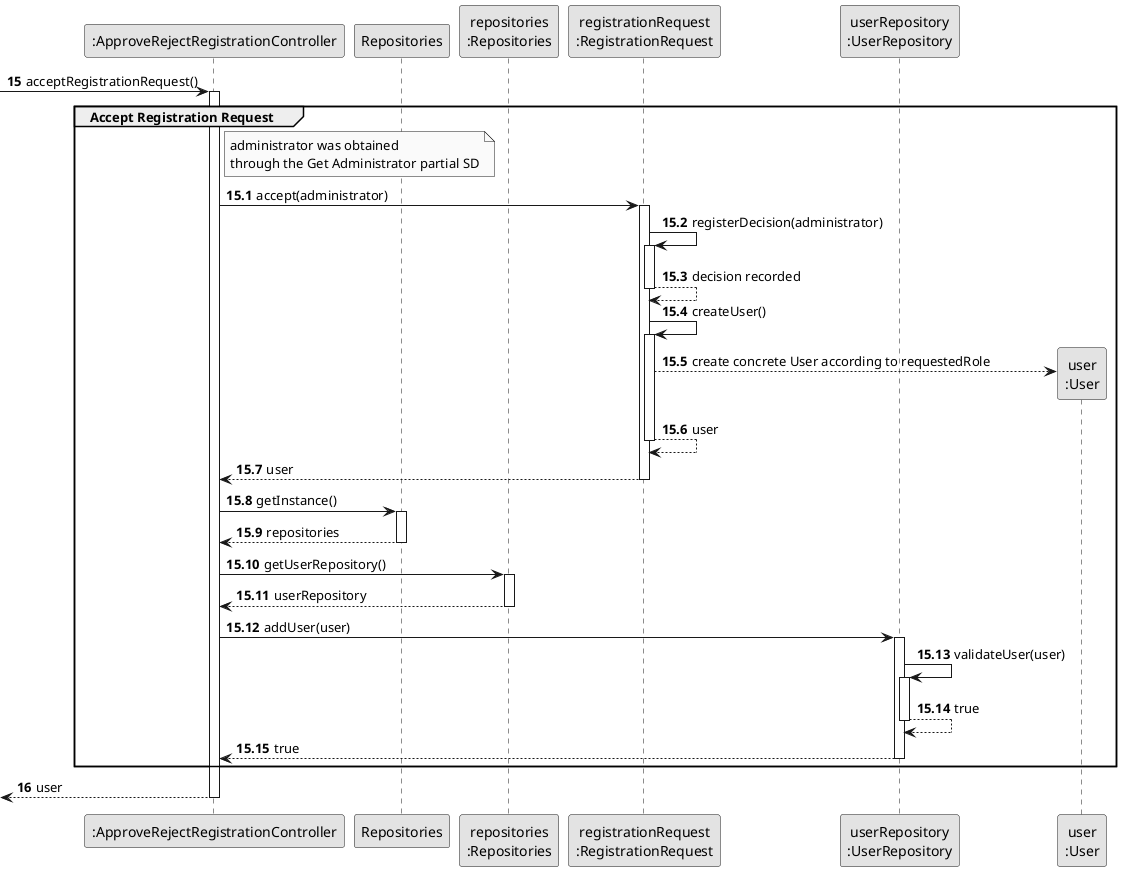
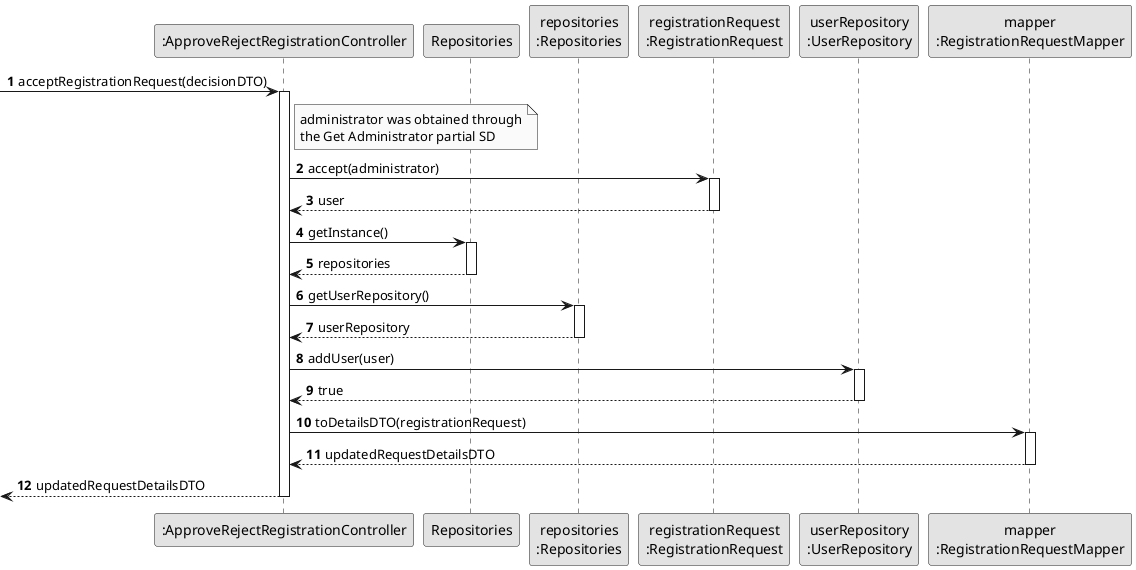
@startuml
skinparam monochrome true
skinparam packageStyle rectangle
skinparam shadowing false

participant ":ApproveRejectRegistrationController" as CTRL
participant "Repositories" as REPOS
participant "repositories\n:Repositories" as REPOS_SINGLETON
participant "registrationRequest\n:RegistrationRequest" as REQ
participant "userRepository\n:UserRepository" as USER_REPO
- participant "user\n:User" as USER
+ participant "mapper\n:RegistrationRequestMapper" as MAPPER

- autonumber 15
- -> CTRL : acceptRegistrationRequest()
+ autonumber
+ -> CTRL : acceptRegistrationRequest(decisionDTO)
+ activate CTRL
+     note right of CTRL
+         administrator was obtained through
+         the Get Administrator partial SD
+     end note

- autonumber 15.1
- activate CTRL
+     CTRL -> REQ : accept(administrator)
+     activate REQ
+         REQ --> CTRL : user
+     deactivate REQ

-     group Accept Registration Request
+     CTRL -> REPOS : getInstance()
+     activate REPOS
+         REPOS --> CTRL : repositories
+     deactivate REPOS

-         note right of CTRL
-             administrator was obtained
-             through the Get Administrator partial SD
-         end note
+     CTRL -> REPOS_SINGLETON : getUserRepository()
+     activate REPOS_SINGLETON
+         REPOS_SINGLETON --> CTRL : userRepository
+     deactivate REPOS_SINGLETON

-         CTRL -> REQ : accept(administrator)
-         activate REQ
+     CTRL -> USER_REPO : addUser(user)
+     activate USER_REPO
+         USER_REPO --> CTRL : true
+     deactivate USER_REPO

-             REQ -> REQ : registerDecision(administrator)
-             activate REQ
-                 REQ --> REQ : decision recorded
-             deactivate REQ
+     CTRL -> MAPPER : toDetailsDTO(registrationRequest)
+     activate MAPPER
+         MAPPER --> CTRL : updatedRequestDetailsDTO
+     deactivate MAPPER

-             REQ -> REQ : createUser()
-             activate REQ
-                 REQ --> USER** : create concrete User according to requestedRole
-                 REQ --> REQ : user
-             deactivate REQ
- 
-             REQ --> CTRL : user
-         deactivate REQ
- 
-         CTRL -> REPOS : getInstance()
-         activate REPOS
-             REPOS --> CTRL : repositories
-         deactivate REPOS
- 
-         CTRL -> REPOS_SINGLETON : getUserRepository()
-         activate REPOS_SINGLETON
-             REPOS_SINGLETON --> CTRL : userRepository
-         deactivate REPOS_SINGLETON
- 
-         CTRL -> USER_REPO : addUser(user)
-         activate USER_REPO
- 
-             USER_REPO -> USER_REPO : validateUser(user)
-             activate USER_REPO
-                 USER_REPO --> USER_REPO : true
-             deactivate USER_REPO
- 
-             USER_REPO --> CTRL : true
-         deactivate USER_REPO
- 
-     end
- 
-     autonumber 16
-     <-- CTRL : user
- 
+     <-- CTRL : updatedRequestDetailsDTO
deactivate CTRL

- @enduml+ @enduml
